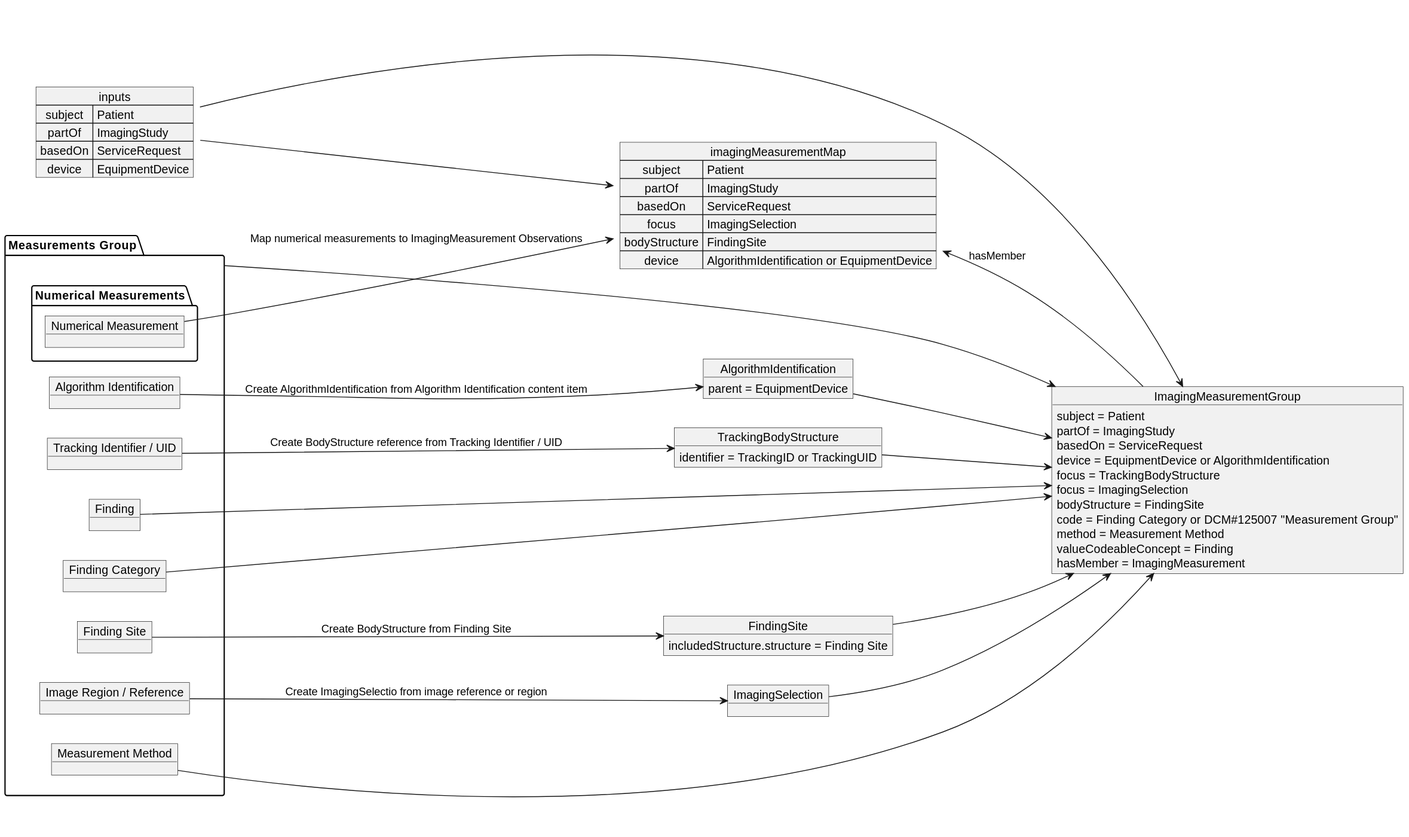
This is input/images/imaging_measurement_group_mapping.svg from HL7/dicom-sr, a PlantUML export, as it was before one commit.
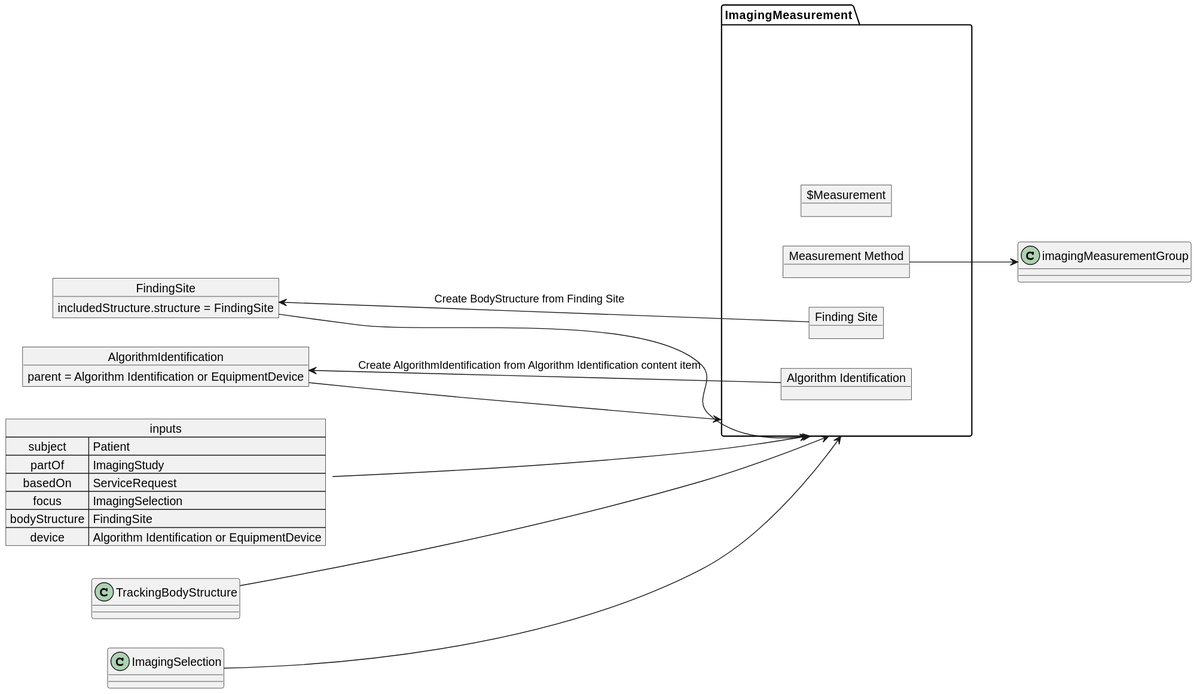
The same file after the commit.

Change to the diagram source:
```diff
@@ -1,41 +1,31 @@
-@startuml measurement_container_mapping
+@startuml
 left to right direction
 
 map inputs {
    subject => Patient
    partOf => ImagingStudy
    basedOn => ServiceRequest
-   device => EquipmentDevice
+   focus => ImagingSelection
+   bodyStructure => FindingSite
+   device => Algorithm Identification or EquipmentDevice
 }
 
-package "Measurements Group" as measurementGroup {
+package "ImagingMeasurement" as imagingMeasurement {
+   object "$Measurement" as measurement
+   object "Measurement Method" as method
+   object "Finding Site" as findingSite
    object "Algorithm Identification" as algorithm
-   object "Tracking Identifier / UID" as tracking
-   object "Finding" as finding
-   object "Finding Category" as findingCategory
-   object "Finding Site" as findingSite
-   object "Image Region / Reference" as imageRegion
-   object "Measurement Method" as method
-   package "Numerical Measurements" {
-    object "Numerical Measurement" as measurement
-   }
 }
 
 object AlgorithmIdentification {
-    parent = EquipmentDevice
-}
-
-object TrackingBodyStructure {
-    identifier = TrackingID or TrackingUID
+    parent = Algorithm Identification or EquipmentDevice
 }
 
 object FindingSite {
-    includedStructure.structure = Finding Site
+    includedStructure.structure = FindingSite
 }
 
-object ImagingSelection
-
-object "ImagingMeasurementGroup" as imagingMeasurementGroup {
+object "ImagingMeasurement" as imagingMeasurement {
     subject = Patient
     partOf = ImagingStudy
     basedOn = ServiceRequest
@@ -43,38 +33,19 @@
     focus = TrackingBodyStructure
     focus = ImagingSelection
     bodyStructure = FindingSite
-    code = Finding Category or DCM#125007 "Measurement Group"
+    code = Concept Name Code Sequence
+    issued = Observation DateTime
     method = Measurement Method
-    valueCodeableConcept = Finding
-    hasMember = ImagingMeasurement
-}
-
-map imagingMeasurementMap {
-    subject => Patient
-    partOf => ImagingStudy
-    basedOn => ServiceRequest
-    focus => TrackingBodyStructure
-    focus => ImagingSelection
-    bodyStructure => FindingSite
-    device => AlgorithmIdentification or EquipmentDevice
+    valueQuantity = Measured Value Sequence
 }
 
 algorithm --> AlgorithmIdentification: Create AlgorithmIdentification from Algorithm Identification content item
-tracking --> TrackingBodyStructure: Create BodyStructure reference from Tracking Identifier / UID
 findingSite --> FindingSite: Create BodyStructure from Finding Site
-imageRegion --> ImagingSelection: Create ImagingSelectio from image reference or region
 
-inputs --> imagingMeasurementGroup
-AlgorithmIdentification --> imagingMeasurementGroup
-TrackingBodyStructure --> imagingMeasurementGroup
-finding --> imagingMeasurementGroup
-findingCategory --> imagingMeasurementGroup
-FindingSite --> imagingMeasurementGroup
-ImagingSelection --> imagingMeasurementGroup
-measurementGroup --> imagingMeasurementGroup
+inputs --> imagingMeasurement
+AlgorithmIdentification --> imagingMeasurement
+TrackingBodyStructure --> imagingMeasurement
+FindingSite --> imagingMeasurement
+ImagingSelection --> imagingMeasurement
 method --> imagingMeasurementGroup
-
-inputs --> imagingMeasurementMap
-measurement --> imagingMeasurementMap: Map numerical measurements to ImagingMeasurement Observations
-imagingMeasurementMap <-- imagingMeasurementGroup: hasMember
 @enduml
```
